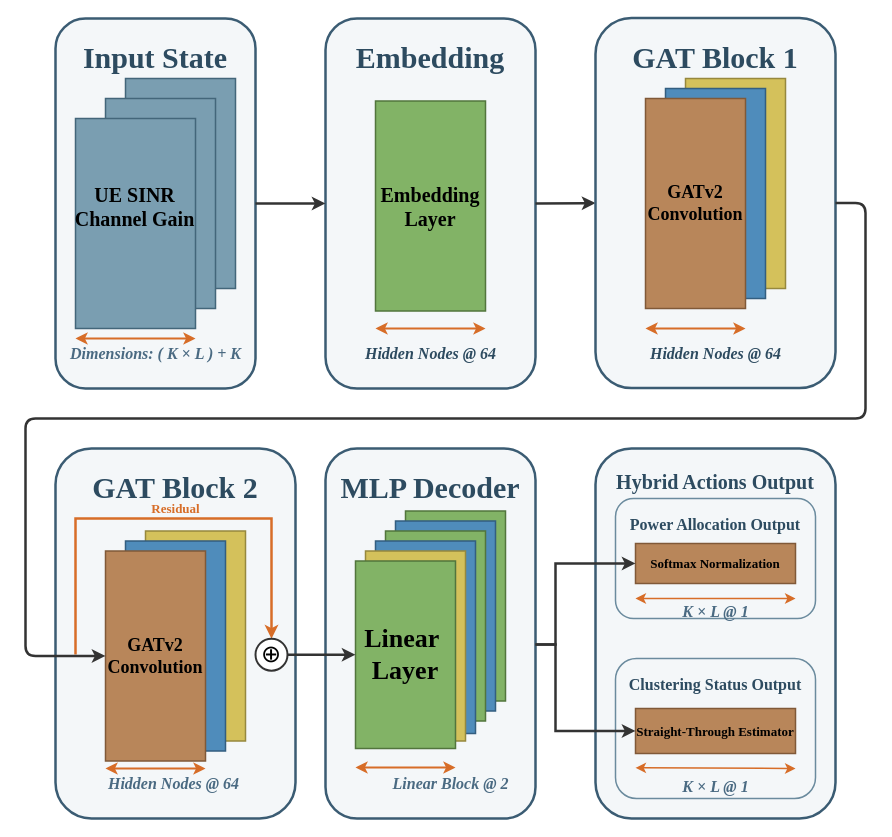
Above: 毕设GNN架构图.drawio in youmiwei/drawio (draw.io), before the change. Source tidied: cells renumbered, new cells numbered last; positions are measured from the earlier drawing's top-left corner, leaving out a move shared by most shapes. Both pictures are drawn from the tidied source at 100%, with x=0, y=0 at pixel (25, 18).
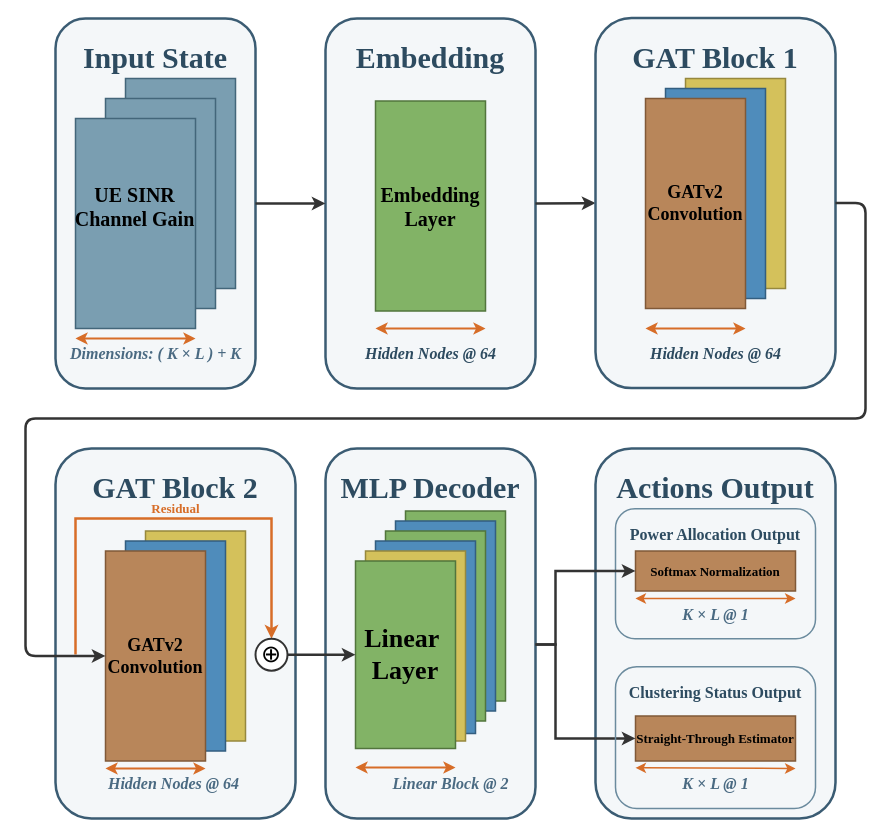
The same diagram, later.

Commit message (it also covers changes not shown here):
更新毕设GNN架构图.drawio

Unchanged cells that the change refers to:
```xml
<mxCell id="5" value="&lt;font color=&quot;#2d4b60&quot; style=&quot;font-size: 30px;&quot;&gt;MLP Decoder&lt;/font&gt;" style="rounded=1;whiteSpace=wrap;html=1;fillColor=#f4f7f9;strokeColor=#3b5c73;strokeWidth=2.5;align=center;verticalAlign=top;fontStyle=1;spacingTop=15;fontFamily=Times New Roman, 宋体;" parent="1" vertex="1">
  <mxGeometry x="300" y="430" width="210" height="370" as="geometry" />
</mxCell>
```

Change to the diagram source:
```diff
@@
-    <mxCell id="6" value="&lt;font color=&quot;#2d4b60&quot; style=&quot;font-size: 20px;&quot;&gt;Hybrid Actions Output&lt;/font&gt;" style="rounded=1;whiteSpace=wrap;html=1;fillColor=#f4f7f9;strokeColor=#3b5c73;strokeWidth=2.5;align=center;verticalAlign=top;fontStyle=1;spacingTop=15;fontFamily=Times New Roman, 宋体;" parent="1" vertex="1">
+    <mxCell id="6" value="&lt;font color=&quot;#2d4b60&quot; style=&quot;font-size: 30px;&quot;&gt;Actions Output&lt;/font&gt;" style="rounded=1;whiteSpace=wrap;html=1;fillColor=#f4f7f9;strokeColor=#3b5c73;strokeWidth=2.5;align=center;verticalAlign=top;fontStyle=1;spacingTop=15;fontFamily=Times New Roman, 宋体;" parent="1" vertex="1">
       <mxGeometry x="570" y="430" width="240" height="370" as="geometry" />
     </mxCell>
@@
     <mxCell id="28" value="&lt;font style=&quot;font-size: 16px;&quot;&gt;Power Allocation Output&lt;/font&gt;" style="rounded=1;whiteSpace=wrap;html=1;fillColor=none;strokeColor=#6b8b9e;strokeWidth=1.5;align=center;verticalAlign=top;fontStyle=1;fontSize=13;fontColor=#2d4b60;spacingTop=10;fontFamily=Times New Roman, 宋体;" parent="1" vertex="1">
-      <mxGeometry x="590" y="480" width="200" height="120" as="geometry" />
+      <mxGeometry x="590" y="490.2" width="200" height="130" as="geometry" />
     </mxCell>
     <mxCell id="29" value="&lt;span style=&quot;font-size: 13px; font-weight: 700;&quot;&gt;&lt;font style=&quot;color: rgb(0, 0, 0);&quot;&gt;Softmax Normalization&lt;/font&gt;&lt;/span&gt;" style="rounded=0;whiteSpace=wrap;html=1;fillColor=#b8865a;strokeColor=#805938;strokeWidth=1.5;fontFamily=Times New Roman, 宋体;" parent="1" vertex="1">
-      <mxGeometry x="610" y="525" width="160" height="40" as="geometry" />
+      <mxGeometry x="610" y="532.5" width="160" height="40" as="geometry" />
     </mxCell>
@@
     <mxCell id="31" value="&lt;i&gt;&lt;font style=&quot;font-size: 16px;&quot;&gt;K × L @ 1&lt;/font&gt;&lt;/i&gt;" style="text;html=1;align=center;verticalAlign=middle;fontSize=12;fontFamily=Times New Roman, 宋体;fontStyle=1;fontColor=#4a6a82;" parent="1" vertex="1">
-      <mxGeometry x="650" y="585" width="80" height="15" as="geometry" />
+      <mxGeometry x="650" y="588" width="80" height="15" as="geometry" />
     </mxCell>
-    <mxCell id="32" value="&lt;font style=&quot;font-size: 16px;&quot;&gt;Clustering Status Output&lt;/font&gt;" style="rounded=1;whiteSpace=wrap;html=1;fillColor=none;strokeColor=#6b8b9e;strokeWidth=1.5;align=center;verticalAlign=top;fontStyle=1;fontSize=13;fontColor=#2d4b60;spacingTop=10;fontFamily=Times New Roman, 宋体;" parent="1" vertex="1">
-      <mxGeometry x="590" y="640" width="200" height="140" as="geometry" />
-    </mxCell>
     <mxCell id="33" value="&lt;span style=&quot;font-size: 13px; font-weight: 700;&quot;&gt;&lt;font style=&quot;color: rgb(0, 0, 0);&quot;&gt;Straight-Through Estimator&lt;/font&gt;&lt;/span&gt;" style="rounded=0;whiteSpace=wrap;html=1;fillColor=#b8865a;strokeColor=#805938;strokeWidth=1.5;fontFamily=Times New Roman, 宋体;" parent="1" vertex="1">
-      <mxGeometry x="610" y="690" width="160" height="45" as="geometry" />
+      <mxGeometry x="610" y="697.5" width="160" height="45" as="geometry" />
     </mxCell>
@@
     <mxCell id="35" value="&lt;i&gt;&lt;font style=&quot;font-size: 16px;&quot;&gt;K × L @ 1&lt;/font&gt;&lt;/i&gt;" style="text;html=1;align=center;verticalAlign=middle;fontSize=12;fontFamily=Times New Roman, 宋体;fontStyle=1;fontColor=#4a6a82;" parent="1" vertex="1">
-      <mxGeometry x="650" y="760" width="80" height="15" as="geometry" />
+      <mxGeometry x="650" y="757.5" width="80" height="15" as="geometry" />
     </mxCell>
@@
     <mxCell id="39" style="edgeStyle=orthogonalEdgeStyle;endArrow=classic;html=1;strokeWidth=2.5;strokeColor=#333333;rounded=0;entryX=0;entryY=0.5;entryDx=0;entryDy=0;fontFamily=Times New Roman, 宋体;" parent="1" edge="1" target="29">
       <mxGeometry relative="1" as="geometry">
         <mxPoint x="510" y="626" as="sourcePoint" />
         <Array as="points">
           <mxPoint x="530" y="626" />
-          <mxPoint x="530" y="545" />
+          <mxPoint x="530" y="553" />
+          <mxPoint x="610" y="553" />
         </Array>
       </mxGeometry>
     </mxCell>
     <mxCell id="40" style="edgeStyle=orthogonalEdgeStyle;endArrow=classic;html=1;strokeWidth=2.5;strokeColor=#333333;rounded=0;entryX=0;entryY=0.5;entryDx=0;entryDy=0;fontFamily=Times New Roman, 宋体;" parent="1" edge="1" source="5" target="33">
       <mxGeometry relative="1" as="geometry">
         <Array as="points">
           <mxPoint x="530" y="626" />
-          <mxPoint x="530" y="713" />
+          <mxPoint x="530" y="720" />
         </Array>
       </mxGeometry>
     </mxCell>
@@
+    <mxCell id="32" value="&lt;span style=&quot;font-size: 16px;&quot;&gt;Clustering Status Output&lt;/span&gt;" style="rounded=1;whiteSpace=wrap;html=1;fillColor=none;strokeColor=#6b8b9e;strokeWidth=1.5;align=center;verticalAlign=top;fontStyle=1;fontSize=13;fontColor=#2d4b60;spacingTop=10;fontFamily=Times New Roman, 宋体;" parent="1" vertex="1">
+      <mxGeometry x="590" y="648.2" width="200" height="141.8" as="geometry" />
+    </mxCell>
```
